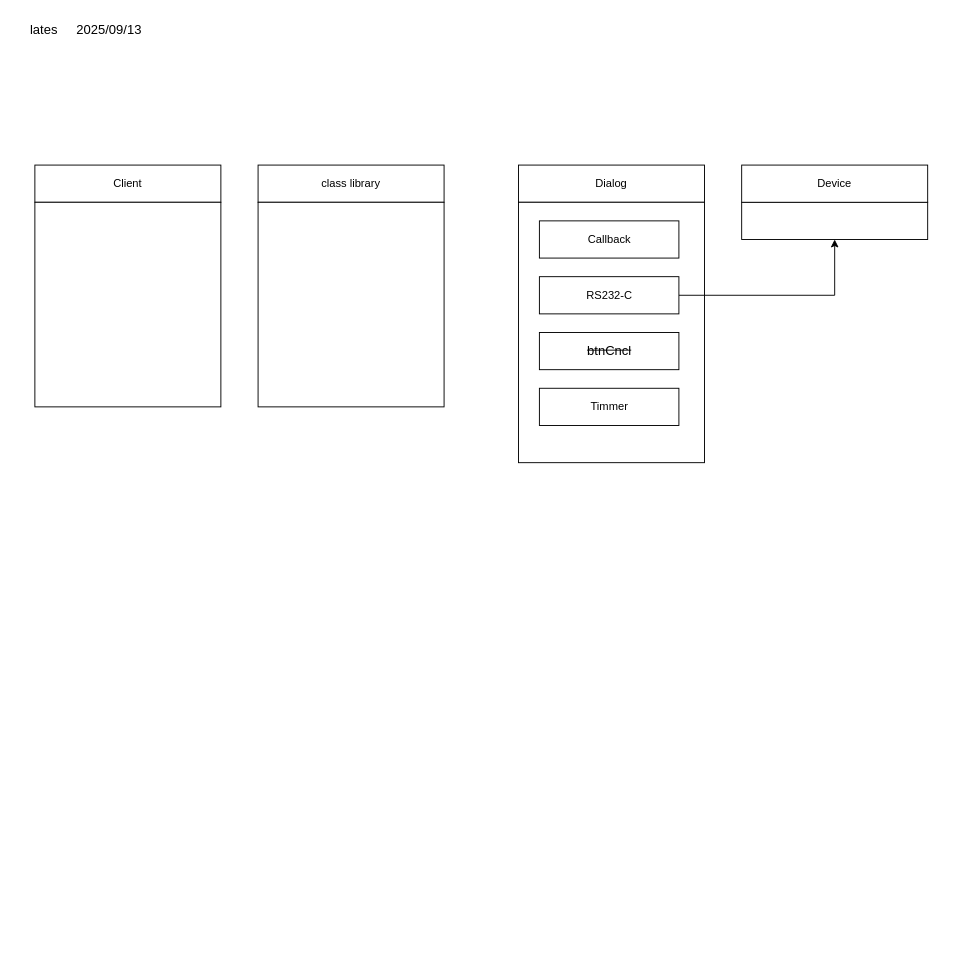
Before: 제목 없는 다이어그램.drawio in climcity/design, a draw.io diagram. Source tidied: cells renumbered, new cells numbered last; positions are measured from the earlier drawing's top-left corner, leaving out a move shared by most shapes. Both pictures are drawn from the tidied source at 93%, with x=0, y=0 at pixel (16, 16).
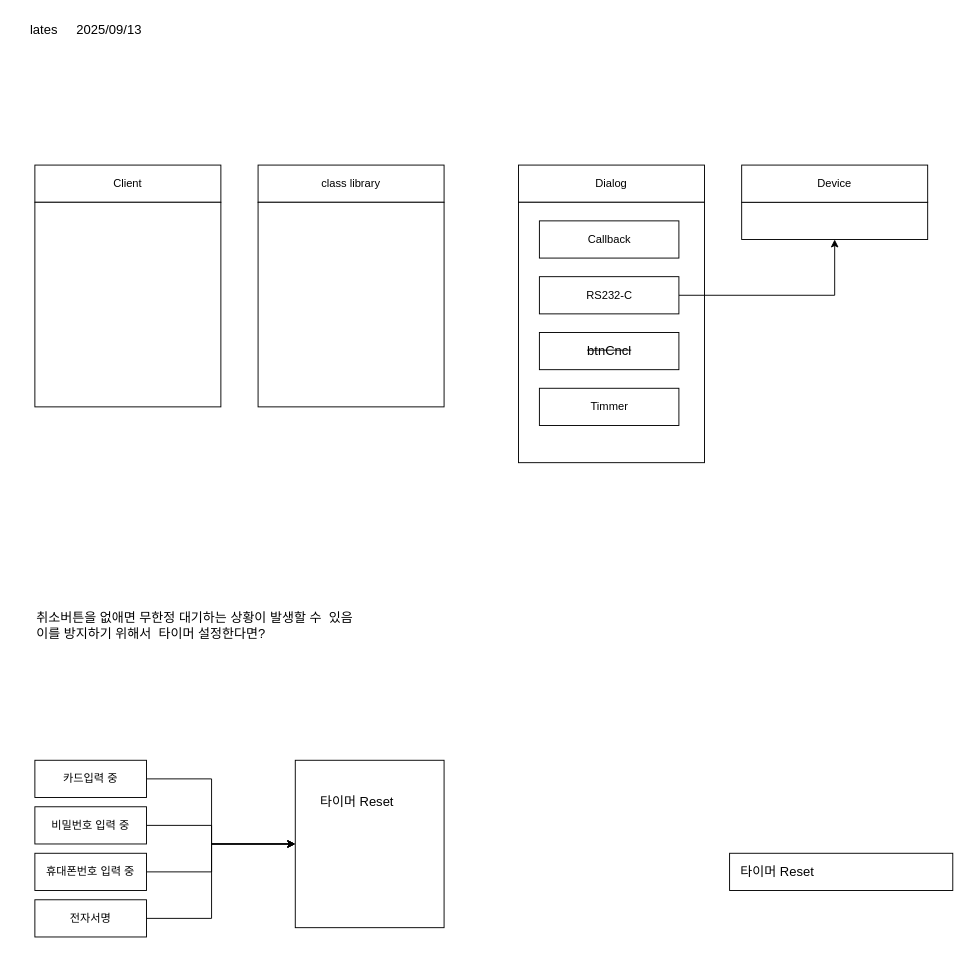
The same diagram, later.

Commit message:
제목 없는 다이어그램.drawio 업데이트

The edit, as a diff of the source:
```diff
@@
+    <mxCell id="17" value="취소버튼을 없애면 무한정 대기하는 상황이 발생할 수&amp;nbsp; 있음&lt;div&gt;이를 방지하기 위해서&amp;nbsp; 타이머 설정한다면?&lt;/div&gt;" style="text;html=1;align=left;verticalAlign=middle;whiteSpace=wrap;rounded=0;fontSize=14;" parent="1" vertex="1">
+      <mxGeometry x="20" y="640" width="390" height="30" as="geometry" />
+    </mxCell>
+    <mxCell id="18" style="rounded=0;whiteSpace=wrap;html=1;" parent="1" vertex="1">
+      <mxGeometry x="300" y="800" width="160" height="180" as="geometry" />
+    </mxCell>
+    <mxCell id="19" value="타이머 Reset" style="text;html=1;align=left;verticalAlign=middle;whiteSpace=wrap;rounded=0;fontSize=14;" parent="1" vertex="1">
+      <mxGeometry x="325" y="830" width="110" height="30" as="geometry" />
+    </mxCell>
+    <mxCell id="20" style="edgeStyle=orthogonalEdgeStyle;rounded=0;jettySize=auto;html=1;entryX=0;entryY=0.5;entryDx=0;entryDy=0;" parent="1" edge="1" source="21" target="18">
+      <mxGeometry relative="1" as="geometry">
+        <Array as="points">
+          <mxPoint x="210" y="820" />
+          <mxPoint x="210" y="890" />
+        </Array>
+      </mxGeometry>
+    </mxCell>
+    <mxCell id="21" value="카드입력 중" style="rounded=0;whiteSpace=wrap;html=1;" parent="1" vertex="1">
+      <mxGeometry x="20" y="800" width="120" height="40" as="geometry" />
+    </mxCell>
+    <mxCell id="22" style="edgeStyle=orthogonalEdgeStyle;rounded=0;jettySize=auto;html=1;entryX=0;entryY=0.5;entryDx=0;entryDy=0;" parent="1" edge="1" source="23" target="18">
+      <mxGeometry relative="1" as="geometry">
+        <Array as="points">
+          <mxPoint x="210" y="870" />
+          <mxPoint x="210" y="890" />
+        </Array>
+      </mxGeometry>
+    </mxCell>
+    <mxCell id="23" value="비밀번호 입력 중" style="rounded=0;whiteSpace=wrap;html=1;" parent="1" vertex="1">
+      <mxGeometry x="20" y="850" width="120" height="40" as="geometry" />
+    </mxCell>
+    <mxCell id="24" style="edgeStyle=orthogonalEdgeStyle;rounded=0;jettySize=auto;html=1;entryX=0;entryY=0.5;entryDx=0;entryDy=0;" parent="1" edge="1" source="25" target="18">
+      <mxGeometry relative="1" as="geometry">
+        <Array as="points">
+          <mxPoint x="210" y="920" />
+          <mxPoint x="210" y="890" />
+        </Array>
+      </mxGeometry>
+    </mxCell>
+    <mxCell id="25" value="휴대폰번호 입력 중" style="rounded=0;whiteSpace=wrap;html=1;" parent="1" vertex="1">
+      <mxGeometry x="20" y="900" width="120" height="40" as="geometry" />
+    </mxCell>
+    <mxCell id="26" style="rounded=0;whiteSpace=wrap;html=1;" parent="1" vertex="1">
+      <mxGeometry x="767" y="900" width="240" height="40" as="geometry" />
+    </mxCell>
+    <mxCell id="27" value="타이머 Reset" style="text;html=1;align=left;verticalAlign=middle;whiteSpace=wrap;rounded=0;fontSize=14;" parent="1" vertex="1">
+      <mxGeometry x="777" y="905" width="110" height="30" as="geometry" />
+    </mxCell>
+    <mxCell id="28" style="edgeStyle=orthogonalEdgeStyle;rounded=0;jettySize=auto;html=1;entryX=0;entryY=0.5;entryDx=0;entryDy=0;" parent="1" edge="1" source="29" target="18">
+      <mxGeometry relative="1" as="geometry">
+        <Array as="points">
+          <mxPoint x="210" y="970" />
+          <mxPoint x="210" y="890" />
+        </Array>
+      </mxGeometry>
+    </mxCell>
+    <mxCell id="29" value="전자서명" style="rounded=0;whiteSpace=wrap;html=1;" parent="1" vertex="1">
+      <mxGeometry x="20" y="950" width="120" height="40" as="geometry" />
+    </mxCell>
```
